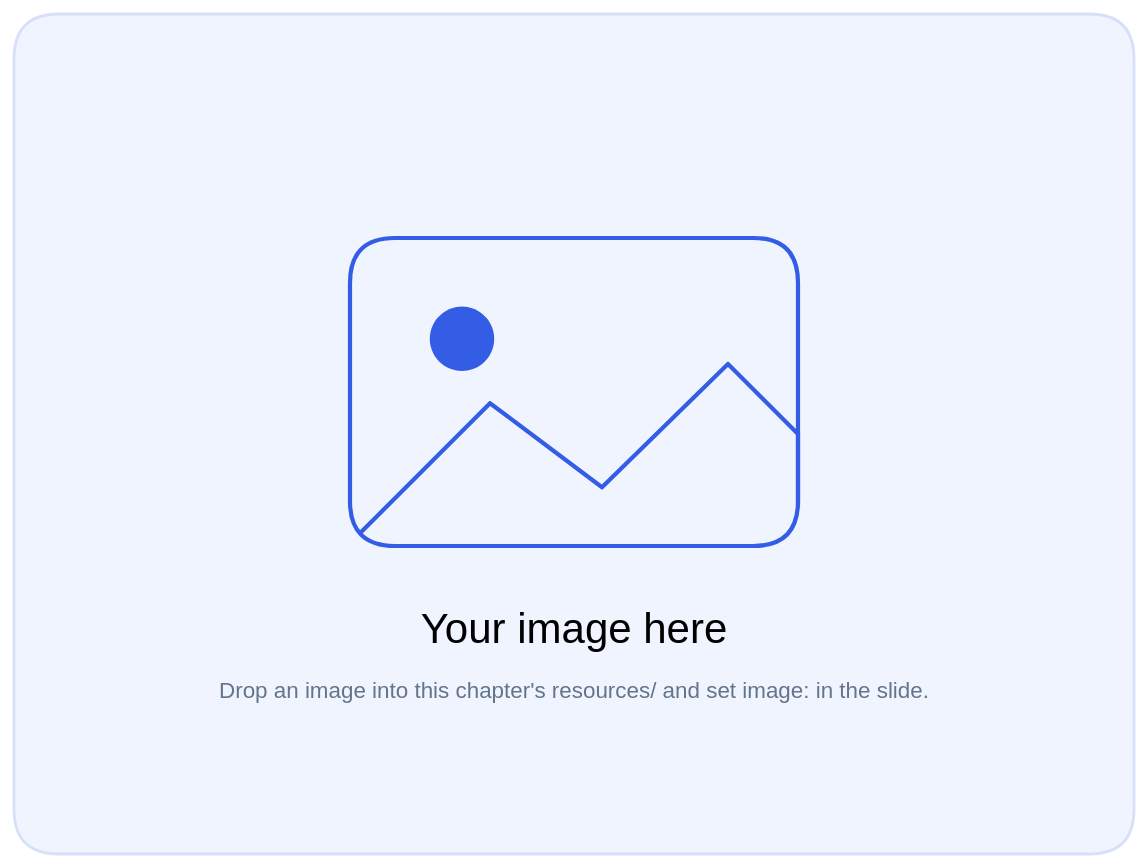
Before: deck/chapter/03-theme/resources/content-image.excalidraw.svg, a diagram exported from Excalidraw (Miragon/slidev-deck-template). Source tidied: one line per element, renumbered; positions are measured from the earlier drawing's top-left corner, leaving out a move shared by most shapes.
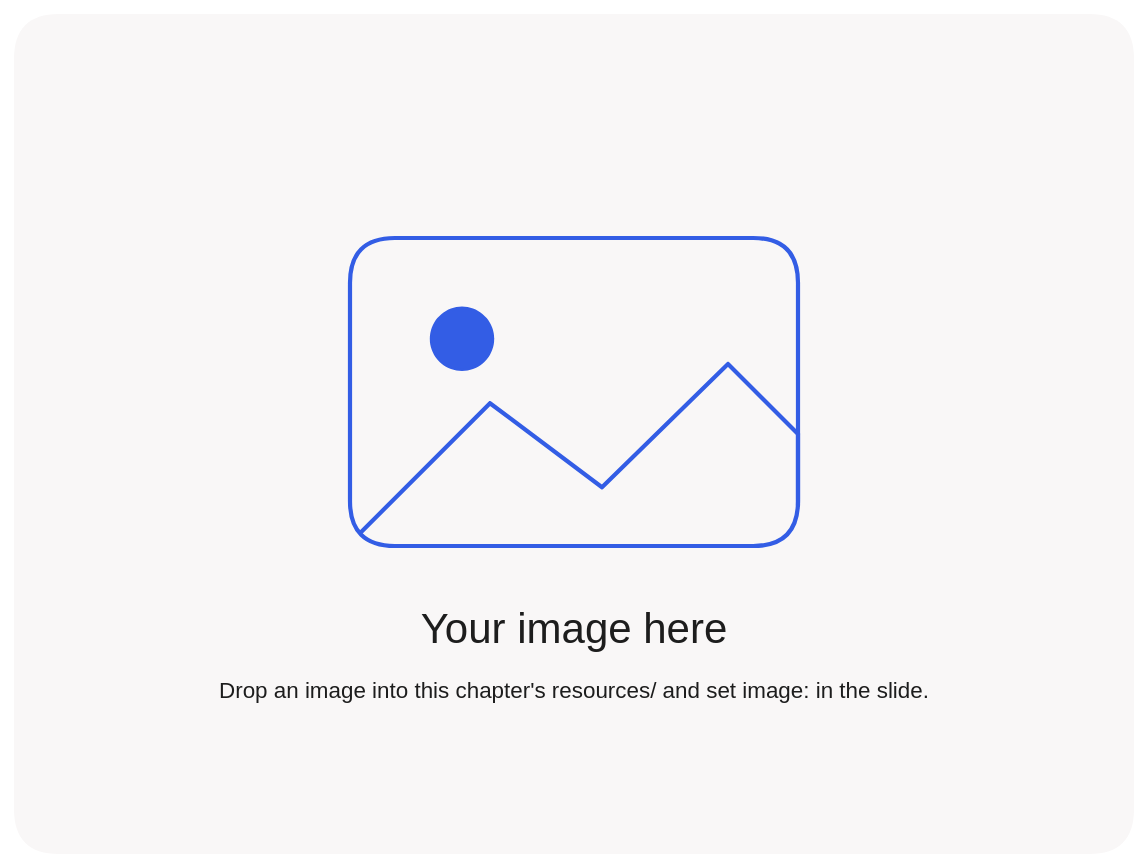
After the commit.

What changed in the source:
```diff
@@ -1,6 +1,6 @@
-{"id": 0, "type": "rectangle", "strokeColor": "#D6E0F8", "backgroundColor": "#F0F4FF", "fillStyle": "solid", "strokeWidth": 2, "roughness": 0, "round": true, "x": 0, "y": 0, "width": 800, "height": 600}
+{"id": 0, "type": "rectangle", "strokeColor": "transparent", "backgroundColor": "#F9F7F7", "fillStyle": "solid", "strokeWidth": 2, "roughness": 0, "round": true, "x": 0, "y": 0, "width": 800, "height": 600}
 {"id": 1, "type": "rectangle", "strokeColor": "#335DE5", "strokeWidth": 3, "roughness": 0, "round": true, "x": 240, "y": 160, "width": 320, "height": 220}
 {"id": 2, "type": "ellipse", "strokeColor": "#335DE5", "backgroundColor": "#335DE5", "fillStyle": "solid", "strokeWidth": 2, "roughness": 0, "x": 298, "y": 210, "width": 44, "height": 44}
 {"id": 3, "type": "line", "strokeColor": "#335DE5", "strokeWidth": 3, "roughness": 0, "x": 248, "y": 370, "width": 312, "height": 120, "points": [[0, 0], [92, -92], [172, -32], [262, -120], [312, -70], [312, -19]]}
-{"id": 4, "type": "text", "text": "Your image here", "strokeColor": "#000000", "strokeWidth": 1, "roughness": 0, "fontSize": 30, "fontFamily": 2, "textAlign": "center", "x": 200, "y": 422, "width": 400, "height": 38}
+{"id": 4, "type": "text", "text": "Your image here", "strokeColor": "#1D1D1D", "strokeWidth": 1, "roughness": 0, "fontSize": 30, "fontFamily": 2, "textAlign": "center", "x": 200, "y": 422, "width": 400, "height": 38}
-{"id": 5, "type": "text", "text": "Drop an image into this chapter's resources/ and set image: in the slide.", "strokeColor": "#64748B", "strokeWidth": 1, "roughness": 0, "fontSize": 16, "fontFamily": 2, "textAlign": "center", "x": 100, "y": 474, "width": 600, "height": 20}
+{"id": 5, "type": "text", "text": "Drop an image into this chapter's resources/ and set image: in the slide.", "strokeColor": "#1D1D1D", "strokeWidth": 1, "roughness": 0, "fontSize": 16, "fontFamily": 2, "textAlign": "center", "x": 100, "y": 474, "width": 600, "height": 20}
```
